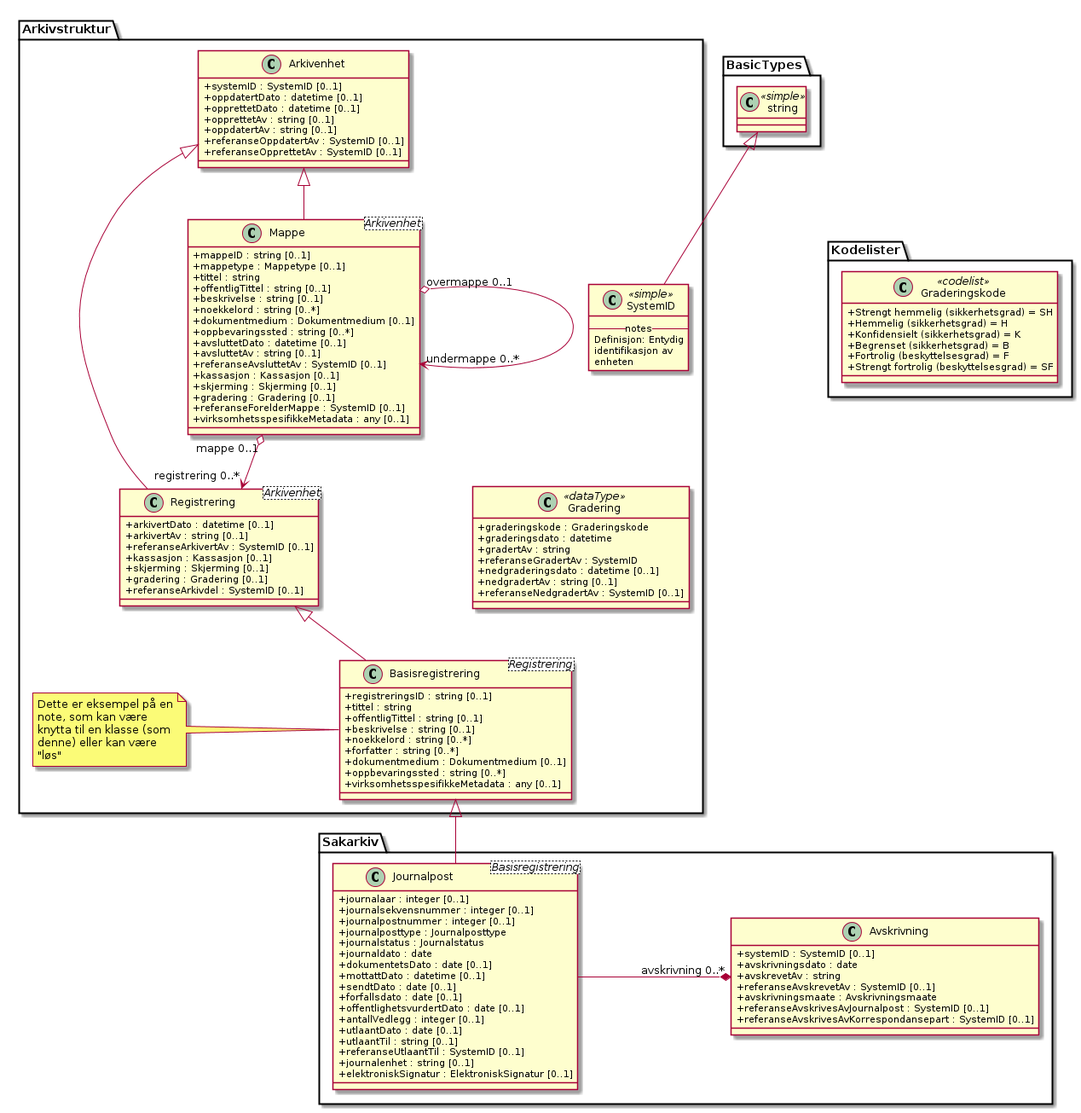
Above: kapitler/media/uml-forklaring-om-notasjon-som-er-brukt.png in arkivverket/noark5-tjenestegrensesnitt-standard (PlantUML), before the change.
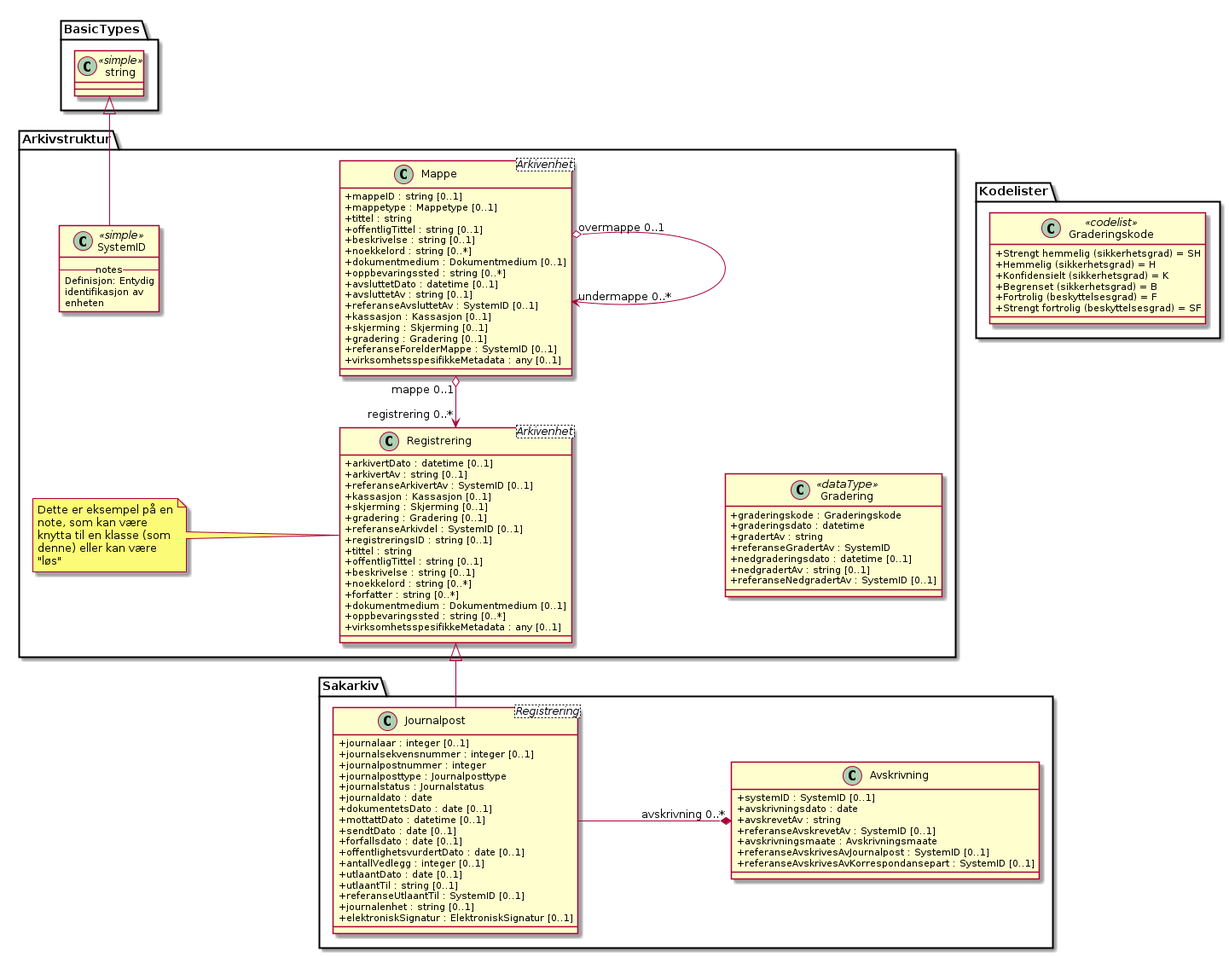
The same diagram one commit later.

The edit, as a diff of the source:
```diff
@@ -3,15 +3,6 @@
 skinparam nodesep 180
 
 
-class Arkivstruktur.Arkivenhet {
-  +systemID : SystemID [0..1]
-  +oppdatertDato : datetime [0..1]
-  +opprettetDato : datetime [0..1]
-  +opprettetAv : string [0..1]
-  +oppdatertAv : string [0..1]
-  +referanseOppdatertAv : SystemID [0..1]
-  +referanseOpprettetAv : SystemID [0..1]
-}
 class Sakarkiv.Avskrivning {
   +systemID : SystemID [0..1]
   +avskrivningsdato : date
@@ -21,7 +12,14 @@
   +referanseAvskrivesAvJournalpost : SystemID [0..1]
   +referanseAvskrivesAvKorrespondansepart : SystemID [0..1]
 }
-class Arkivstruktur.Basisregistrering <Registrering> {
+class Arkivstruktur.Registrering <Arkivenhet> {
+  +arkivertDato : datetime [0..1]
+  +arkivertAv : string [0..1]
+  +referanseArkivertAv : SystemID [0..1]
+  +kassasjon : Kassasjon [0..1]
+  +skjerming : Skjerming [0..1]
+  +gradering : Gradering [0..1]
+  +referanseArkivdel : SystemID [0..1]
   +registreringsID : string [0..1]
   +tittel : string
   +offentligTittel : string [0..1]
@@ -32,10 +30,10 @@
   +oppbevaringssted : string [0..*]
   +virksomhetsspesifikkeMetadata : any [0..1]
 }
-class Sakarkiv.Journalpost <Basisregistrering> {
+class Sakarkiv.Journalpost <Registrering> {
   +journalaar : integer [0..1]
   +journalsekvensnummer : integer [0..1]
-  +journalpostnummer : integer [0..1]
+  +journalpostnummer : integer
   +journalposttype : Journalposttype
   +journalstatus : Journalstatus
   +journaldato : date
@@ -69,15 +67,6 @@
   +referanseForelderMappe : SystemID [0..1]
   +virksomhetsspesifikkeMetadata : any [0..1]
 }
-class Arkivstruktur.Registrering <Arkivenhet> {
-  +arkivertDato : datetime [0..1]
-  +arkivertAv : string [0..1]
-  +referanseArkivertAv : SystemID [0..1]
-  +kassasjon : Kassasjon [0..1]
-  +skjerming : Skjerming [0..1]
-  +gradering : Gradering [0..1]
-  +referanseArkivdel : SystemID [0..1]
-}
 class Kodelister.Graderingskode <<codelist>> {
   {field} +Strengt hemmelig (sikkerhetsgrad) = SH
   {field} +Hemmelig (sikkerhetsgrad) = H
@@ -96,18 +85,13 @@
   +referanseNedgradertAv : SystemID [0..1]
 }
 
-Arkivstruktur.Arkivenhet <|-- Arkivstruktur.Mappe
-Arkivstruktur.Arkivenhet <|-- Arkivstruktur.Registrering
-Arkivstruktur.Registrering <|-- Arkivstruktur.Basisregistrering
-Arkivstruktur.Basisregistrering <|-- Sakarkiv.Journalpost
-
-Arkivstruktur.Arkivenhet --[hidden] Arkivstruktur.SystemID
+Arkivstruktur.Registrering <|-- Sakarkiv.Journalpost
 
 Arkivstruktur.Mappe "overmappe 0..1" o--> "undermappe 0..*" Arkivstruktur.Mappe
 Arkivstruktur.Mappe "mappe 0..1" o--> "registrering 0..*" Arkivstruktur.Registrering
 Sakarkiv.Journalpost -* "avskrivning 0..*" Sakarkiv.Avskrivning
 package Arkivstruktur {
-note left of Arkivstruktur.Basisregistrering : Dette er eksempel på en\nnote, som kan være\nknytta til en klasse (som\ndenne) eller kan være\n"løs"
+note left of Arkivstruktur.Registrering : Dette er eksempel på en\nnote, som kan være\nknytta til en klasse (som\ndenne) eller kan være\n"løs"
 }
 
 class Arkivstruktur.SystemID <<simple>> {
```
